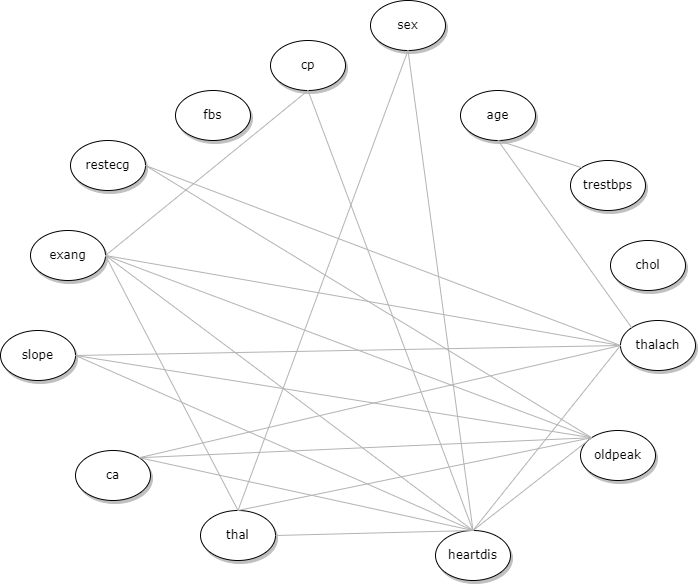
Earlier version of the draw.io export Red Bayesiana/Red Bayesiana Inicial.png (AnaliticaComputacional-2023-10/Proyecto1). Source tidied: cells renumbered, new cells last; positions are measured from the earlier drawing's top-left corner, leaving out a move shared by most shapes. Source of this version:
```xml
<mxGraphModel>
  <root>
    <mxCell id="0" />
    <mxCell id="1" parent="0" />
    <mxCell id="2" value="heartdis" style="ellipse;whiteSpace=wrap;html=1;rounded=0;shadow=1;comic=0;labelBackgroundColor=none;strokeWidth=1;fontFamily=Verdana;fontSize=12;align=center;" parent="1" vertex="1">
      <mxGeometry x="435" y="530" width="75" height="50" as="geometry" />
    </mxCell>
    <mxCell id="3" value="age" style="ellipse;whiteSpace=wrap;html=1;rounded=0;shadow=1;comic=0;labelBackgroundColor=none;strokeWidth=1;fontFamily=Verdana;fontSize=12;align=center;" parent="1" vertex="1">
      <mxGeometry x="460" y="90" width="75" height="50" as="geometry" />
    </mxCell>
    <mxCell id="4" value="restecg" style="ellipse;whiteSpace=wrap;html=1;rounded=0;shadow=1;comic=0;labelBackgroundColor=none;strokeWidth=1;fontFamily=Verdana;fontSize=12;align=center;" parent="1" vertex="1">
      <mxGeometry x="70" y="140" width="75" height="50" as="geometry" />
    </mxCell>
    <mxCell id="5" value="oldpeak" style="ellipse;whiteSpace=wrap;html=1;rounded=0;shadow=1;comic=0;labelBackgroundColor=none;strokeWidth=1;fontFamily=Verdana;fontSize=12;align=center;" parent="1" vertex="1">
      <mxGeometry x="580" y="430" width="75" height="50" as="geometry" />
    </mxCell>
    <mxCell id="6" value="chol" style="ellipse;whiteSpace=wrap;html=1;rounded=0;shadow=1;comic=0;labelBackgroundColor=none;strokeWidth=1;fontFamily=Verdana;fontSize=12;align=center;" parent="1" vertex="1">
      <mxGeometry x="610" y="240" width="75" height="50" as="geometry" />
    </mxCell>
    <mxCell id="7" value="thalach" style="ellipse;whiteSpace=wrap;html=1;rounded=0;shadow=1;comic=0;labelBackgroundColor=none;strokeWidth=1;fontFamily=Verdana;fontSize=12;align=center;" parent="1" vertex="1">
      <mxGeometry x="620" y="320" width="75" height="50" as="geometry" />
    </mxCell>
    <mxCell id="8" value="trestbps" style="ellipse;whiteSpace=wrap;html=1;rounded=0;shadow=1;comic=0;labelBackgroundColor=none;strokeWidth=1;fontFamily=Verdana;fontSize=12;align=center;" parent="1" vertex="1">
      <mxGeometry x="570" y="160" width="75" height="50" as="geometry" />
    </mxCell>
    <mxCell id="9" value="fbs" style="ellipse;whiteSpace=wrap;html=1;rounded=0;shadow=1;comic=0;labelBackgroundColor=none;strokeWidth=1;fontFamily=Verdana;fontSize=12;align=center;" parent="1" vertex="1">
      <mxGeometry x="175" y="90" width="75" height="50" as="geometry" />
    </mxCell>
    <mxCell id="10" value="cp" style="ellipse;whiteSpace=wrap;html=1;rounded=0;shadow=1;comic=0;labelBackgroundColor=none;strokeWidth=1;fontFamily=Verdana;fontSize=12;align=center;" parent="1" vertex="1">
      <mxGeometry x="270" y="40" width="75" height="50" as="geometry" />
    </mxCell>
    <mxCell id="11" value="sex" style="ellipse;whiteSpace=wrap;html=1;rounded=0;shadow=1;comic=0;labelBackgroundColor=none;strokeWidth=1;fontFamily=Verdana;fontSize=12;align=center;" parent="1" vertex="1">
      <mxGeometry x="370" width="75" height="50" as="geometry" />
    </mxCell>
    <mxCell id="12" value="thal" style="ellipse;whiteSpace=wrap;html=1;rounded=0;shadow=1;comic=0;labelBackgroundColor=none;strokeWidth=1;fontFamily=Verdana;fontSize=12;align=center;" parent="1" vertex="1">
      <mxGeometry x="200" y="510" width="75" height="50" as="geometry" />
    </mxCell>
    <mxCell id="13" value="ca" style="ellipse;whiteSpace=wrap;html=1;rounded=0;shadow=1;comic=0;labelBackgroundColor=none;strokeWidth=1;fontFamily=Verdana;fontSize=12;align=center;" parent="1" vertex="1">
      <mxGeometry x="75" y="450" width="75" height="50" as="geometry" />
    </mxCell>
    <mxCell id="14" value="slope" style="ellipse;whiteSpace=wrap;html=1;rounded=0;shadow=1;comic=0;labelBackgroundColor=none;strokeWidth=1;fontFamily=Verdana;fontSize=12;align=center;" parent="1" vertex="1">
      <mxGeometry y="330" width="75" height="50" as="geometry" />
    </mxCell>
    <mxCell id="15" value="exang" style="ellipse;whiteSpace=wrap;html=1;rounded=0;shadow=1;comic=0;labelBackgroundColor=none;strokeWidth=1;fontFamily=Verdana;fontSize=12;align=center;" parent="1" vertex="1">
      <mxGeometry x="30" y="230" width="75" height="50" as="geometry" />
    </mxCell>
    <mxCell id="16" style="endArrow=none;html=1;rounded=0;entryX=0.5;entryY=0;entryDx=0;entryDy=0;strokeColor=#B3B3B3;exitX=0.5;exitY=1;exitDx=0;exitDy=0;" parent="1" edge="1" source="11" target="12">
      <mxGeometry relative="1" as="geometry" />
    </mxCell>
    <mxCell id="17" style="endArrow=none;html=1;rounded=0;entryX=0.5;entryY=0;entryDx=0;entryDy=0;strokeColor=#B3B3B3;exitX=0.5;exitY=1;exitDx=0;exitDy=0;" parent="1" edge="1" source="11" target="2">
      <mxGeometry relative="1" as="geometry" />
    </mxCell>
    <mxCell id="18" style="endArrow=none;html=1;rounded=0;strokeColor=#B3B3B3;exitX=0.5;exitY=1;exitDx=0;exitDy=0;entryX=0.5;entryY=0;entryDx=0;entryDy=0;" parent="1" edge="1" source="10" target="2">
      <mxGeometry relative="1" as="geometry" />
    </mxCell>
    <mxCell id="19" style="endArrow=none;html=1;rounded=0;strokeColor=#B3B3B3;exitX=0.5;exitY=0;exitDx=0;exitDy=0;entryX=1;entryY=0.5;entryDx=0;entryDy=0;" parent="1" edge="1" source="2" target="15">
      <mxGeometry relative="1" as="geometry" />
    </mxCell>
    <mxCell id="20" style="endArrow=none;html=1;rounded=0;strokeColor=#B3B3B3;exitX=0.5;exitY=0;exitDx=0;exitDy=0;entryX=1;entryY=0.5;entryDx=0;entryDy=0;" parent="1" edge="1" source="2" target="14">
      <mxGeometry relative="1" as="geometry" />
    </mxCell>
    <mxCell id="21" style="endArrow=none;html=1;rounded=0;strokeColor=#B3B3B3;exitX=0.5;exitY=0;exitDx=0;exitDy=0;entryX=1;entryY=0;entryDx=0;entryDy=0;" parent="1" edge="1" source="2" target="13">
      <mxGeometry relative="1" as="geometry" />
    </mxCell>
    <mxCell id="22" style="endArrow=none;html=1;rounded=0;strokeColor=#B3B3B3;exitX=0.5;exitY=0;exitDx=0;exitDy=0;entryX=1;entryY=0.5;entryDx=0;entryDy=0;" parent="1" edge="1" source="12" target="15">
      <mxGeometry relative="1" as="geometry" />
    </mxCell>
    <mxCell id="23" style="endArrow=none;html=1;rounded=0;strokeColor=#B3B3B3;entryX=1;entryY=0.5;entryDx=0;entryDy=0;exitX=0.5;exitY=0;exitDx=0;exitDy=0;" parent="1" edge="1" source="2" target="12">
      <mxGeometry relative="1" as="geometry" />
    </mxCell>
    <mxCell id="24" style="endArrow=none;html=1;rounded=0;strokeColor=#B3B3B3;exitX=0;exitY=0.5;exitDx=0;exitDy=0;entryX=1;entryY=0.5;entryDx=0;entryDy=0;" parent="1" edge="1" source="7" target="4">
      <mxGeometry relative="1" as="geometry" />
    </mxCell>
    <mxCell id="25" style="endArrow=none;html=1;rounded=0;strokeColor=#B3B3B3;exitX=0;exitY=0;exitDx=0;exitDy=0;entryX=1;entryY=0.5;entryDx=0;entryDy=0;" parent="1" edge="1" source="5" target="4">
      <mxGeometry relative="1" as="geometry" />
    </mxCell>
    <mxCell id="26" style="endArrow=none;html=1;rounded=0;strokeColor=#B3B3B3;exitX=0;exitY=0.5;exitDx=0;exitDy=0;entryX=1;entryY=0.5;entryDx=0;entryDy=0;" parent="1" edge="1" source="7" target="15">
      <mxGeometry relative="1" as="geometry" />
    </mxCell>
    <mxCell id="27" style="endArrow=none;html=1;rounded=0;strokeColor=#B3B3B3;exitX=0;exitY=0;exitDx=0;exitDy=0;entryX=1;entryY=0.5;entryDx=0;entryDy=0;" parent="1" edge="1" source="5" target="15">
      <mxGeometry relative="1" as="geometry" />
    </mxCell>
    <mxCell id="28" style="endArrow=none;html=1;rounded=0;strokeColor=#B3B3B3;exitX=0;exitY=0.5;exitDx=0;exitDy=0;entryX=1;entryY=0.5;entryDx=0;entryDy=0;" parent="1" edge="1" source="7" target="14">
      <mxGeometry relative="1" as="geometry" />
    </mxCell>
    <mxCell id="29" style="endArrow=none;html=1;rounded=0;strokeColor=#B3B3B3;exitX=0;exitY=0;exitDx=0;exitDy=0;entryX=1;entryY=0.5;entryDx=0;entryDy=0;" parent="1" edge="1" source="5" target="14">
      <mxGeometry relative="1" as="geometry" />
    </mxCell>
    <mxCell id="30" style="endArrow=none;html=1;rounded=0;strokeColor=#B3B3B3;exitX=0;exitY=0.5;exitDx=0;exitDy=0;entryX=1;entryY=0;entryDx=0;entryDy=0;" parent="1" edge="1" source="7" target="13">
      <mxGeometry relative="1" as="geometry" />
    </mxCell>
    <mxCell id="31" style="endArrow=none;html=1;rounded=0;strokeColor=#B3B3B3;exitX=0;exitY=0;exitDx=0;exitDy=0;entryX=1;entryY=0;entryDx=0;entryDy=0;" parent="1" edge="1" source="5" target="13">
      <mxGeometry relative="1" as="geometry" />
    </mxCell>
    <mxCell id="32" style="endArrow=none;html=1;rounded=0;strokeColor=#B3B3B3;exitX=0;exitY=0;exitDx=0;exitDy=0;entryX=0.5;entryY=0;entryDx=0;entryDy=0;" parent="1" edge="1" source="5" target="12">
      <mxGeometry relative="1" as="geometry" />
    </mxCell>
    <mxCell id="33" style="endArrow=none;html=1;rounded=0;strokeColor=#B3B3B3;exitX=0.5;exitY=0;exitDx=0;exitDy=0;entryX=0;entryY=0.5;entryDx=0;entryDy=0;" parent="1" edge="1" source="2" target="7">
      <mxGeometry relative="1" as="geometry" />
    </mxCell>
    <mxCell id="34" style="endArrow=none;html=1;rounded=0;strokeColor=#B3B3B3;exitX=0;exitY=0;exitDx=0;exitDy=0;entryX=0.5;entryY=0;entryDx=0;entryDy=0;" parent="1" edge="1" source="5" target="2">
      <mxGeometry relative="1" as="geometry" />
    </mxCell>
    <mxCell id="35" style="endArrow=none;html=1;rounded=0;strokeColor=#B3B3B3;exitX=0;exitY=0;exitDx=0;exitDy=0;entryX=0.5;entryY=1;entryDx=0;entryDy=0;" parent="1" edge="1" source="7" target="3">
      <mxGeometry relative="1" as="geometry" />
    </mxCell>
    <mxCell id="36" style="endArrow=none;html=1;rounded=0;strokeColor=#B3B3B3;exitX=0;exitY=0;exitDx=0;exitDy=0;entryX=0.5;entryY=1;entryDx=0;entryDy=0;" parent="1" edge="1" source="8" target="3">
      <mxGeometry relative="1" as="geometry" />
    </mxCell>
    <mxCell id="37" style="endArrow=none;html=1;rounded=0;strokeColor=#B3B3B3;exitX=0.5;exitY=1;exitDx=0;exitDy=0;entryX=1;entryY=0.5;entryDx=0;entryDy=0;" parent="1" edge="1" source="10" target="15">
      <mxGeometry relative="1" as="geometry" />
    </mxCell>
  </root>
</mxGraphModel>
```
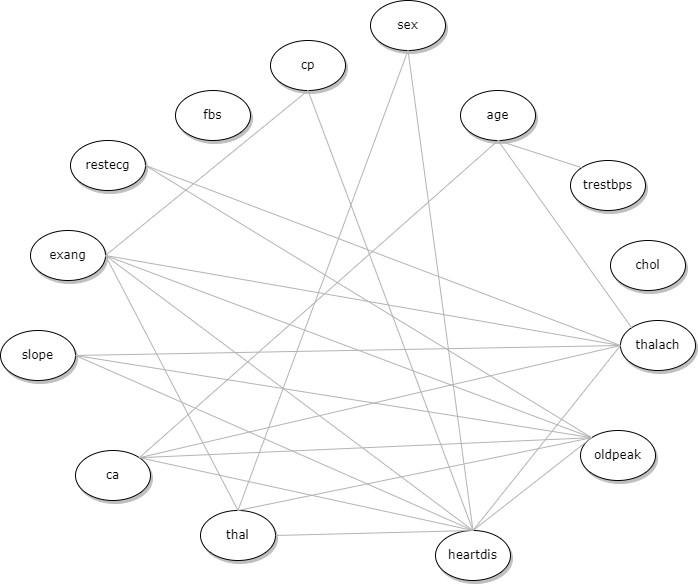
The same diagram one commit later.

Diff of the diagram source:
```diff
@@ -110,5 +110,8 @@
     <mxCell id="37" style="endArrow=none;html=1;rounded=0;strokeColor=#B3B3B3;exitX=0.5;exitY=1;exitDx=0;exitDy=0;entryX=1;entryY=0.5;entryDx=0;entryDy=0;" parent="1" edge="1" source="10" target="15">
       <mxGeometry relative="1" as="geometry" />
     </mxCell>
+    <mxCell id="38" style="endArrow=none;html=1;rounded=0;strokeColor=#B3B3B3;exitX=1;exitY=0;exitDx=0;exitDy=0;entryX=0.5;entryY=1;entryDx=0;entryDy=0;" parent="1" edge="1" source="13" target="3">
+      <mxGeometry relative="1" as="geometry" />
+    </mxCell>
   </root>
 </mxGraphModel>
```
